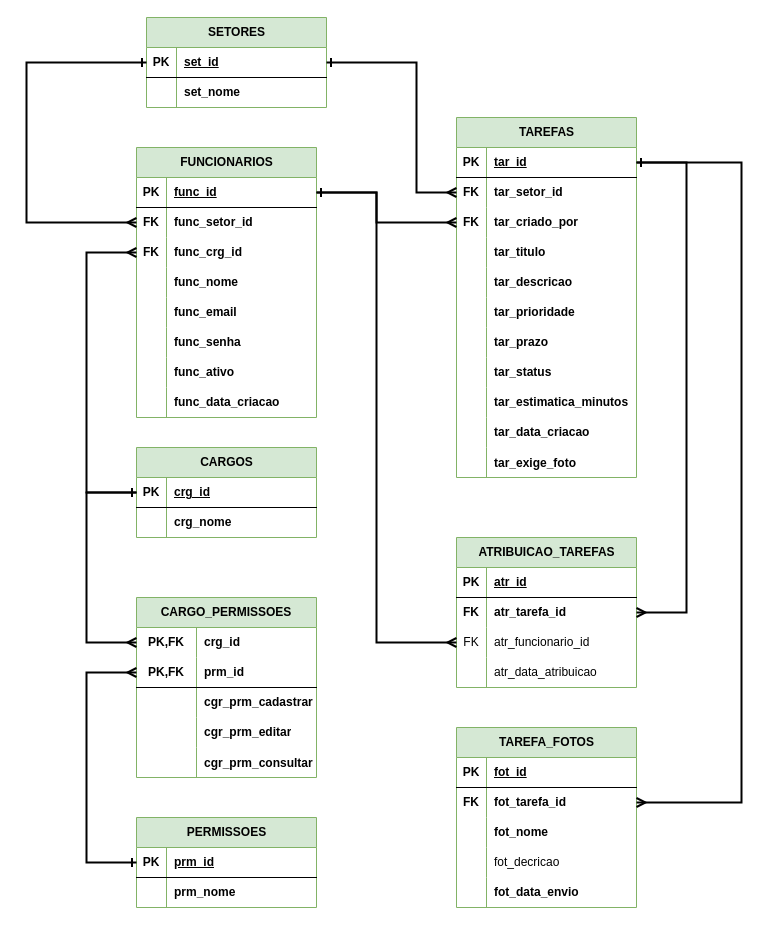
JULIOcesar353/introducao-api-nodejs keeps this draw.io diagram as src/dataBase/diagrama_Grupo_Gestao_SuperMercado.drawio. Above is the earlier version. Source tidied: cells renumbered, new cells numbered last; positions are measured from the earlier drawing's top-left corner, leaving out a move shared by most shapes. Both pictures are drawn from the tidied source at 100%, with x=0, y=0 at pixel (26, 17).
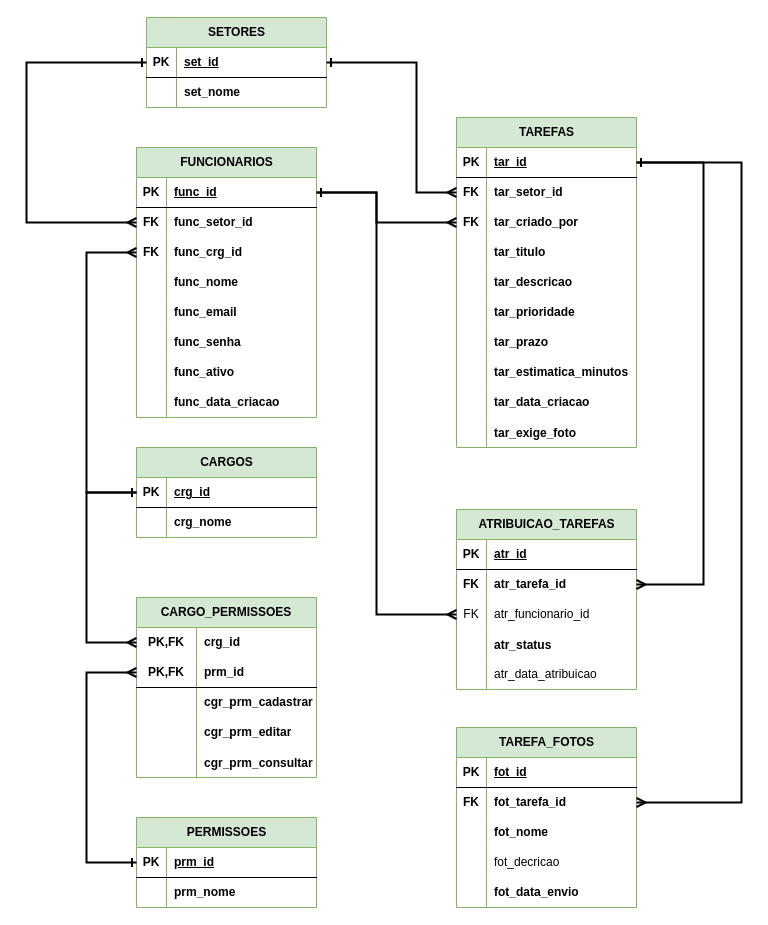
After the change.

The change refers to these unchanged cells:
```xml
<mxCell id="3" style="shape=tableRow;horizontal=0;startSize=0;swimlaneHead=0;swimlaneBody=0;fillColor=none;points=[[0,0.5],[1,0.5]];portConstraint=eastwest;top=0;left=0;right=0;bottom=1;" parent="2" vertex="1">
  <mxGeometry y="30" width="180" height="30" as="geometry" />
</mxCell>
<mxCell id="42" style="shape=tableRow;horizontal=0;startSize=0;swimlaneHead=0;swimlaneBody=0;fillColor=none;points=[[0,0.5],[1,0.5]];portConstraint=eastwest;top=0;left=0;right=0;bottom=1;" parent="41" vertex="1">
  <mxGeometry y="30" width="180" height="30" as="geometry" />
</mxCell>
<mxCell id="79" style="shape=tableRow;horizontal=0;startSize=0;swimlaneHead=0;swimlaneBody=0;fillColor=none;points=[[0,0.5],[1,0.5]];portConstraint=eastwest;top=0;left=0;right=0;bottom=0;" parent="75" vertex="1">
  <mxGeometry y="60" width="180" height="30" as="geometry" />
</mxCell>
<mxCell id="82" style="shape=tableRow;horizontal=0;startSize=0;swimlaneHead=0;swimlaneBody=0;fillColor=none;points=[[0,0.5],[1,0.5]];portConstraint=eastwest;top=0;left=0;right=0;bottom=0;" parent="75" vertex="1">
  <mxGeometry y="90" width="180" height="30" as="geometry" />
</mxCell>
```

What changed in the source:
```diff
@@
     <mxCell id="41" value="TAREFAS" style="shape=table;startSize=30;childLayout=tableLayout;rowLines=0;fontStyle=1;align=center;html=1;fillColor=#d5e8d4;strokeColor=#82b366;" parent="1" vertex="1">
-      <mxGeometry x="430" y="100" width="180" height="360" as="geometry" />
+      <mxGeometry x="430" y="100" width="180" height="330" as="geometry" />
     </mxCell>
@@
-    <mxCell id="63" style="shape=tableRow;horizontal=0;startSize=0;swimlaneHead=0;swimlaneBody=0;fillColor=none;top=0;left=0;right=0;bottom=0;" parent="41" vertex="1">
-      <mxGeometry y="240" width="180" height="30" as="geometry" />
-    </mxCell>
-    <mxCell id="64" style="shape=partialRectangle;fillColor=none;top=0;left=0;bottom=0;right=0;overflow=hidden;whiteSpace=wrap;html=1;" parent="63" vertex="1">
-      <mxGeometry width="30" height="30" as="geometry" />
-    </mxCell>
-    <mxCell id="65" value="&lt;b&gt;tar_status&lt;/b&gt;" style="shape=partialRectangle;fillColor=none;top=0;left=0;bottom=0;right=0;align=left;spacingLeft=6;overflow=hidden;whiteSpace=wrap;html=1;" parent="63" vertex="1">
-      <mxGeometry x="30" width="150" height="30" as="geometry" />
-    </mxCell>
     <mxCell id="66" style="shape=tableRow;horizontal=0;startSize=0;swimlaneHead=0;swimlaneBody=0;fillColor=none;top=0;left=0;right=0;bottom=0;" parent="41" vertex="1">
-      <mxGeometry y="270" width="180" height="30" as="geometry" />
+      <mxGeometry y="240" width="180" height="30" as="geometry" />
     </mxCell>
@@
     <mxCell id="69" style="shape=tableRow;horizontal=0;startSize=0;swimlaneHead=0;swimlaneBody=0;fillColor=none;top=0;left=0;right=0;bottom=0;" parent="41" vertex="1">
-      <mxGeometry y="300" width="180" height="30" as="geometry" />
+      <mxGeometry y="270" width="180" height="30" as="geometry" />
     </mxCell>
@@
     <mxCell id="72" style="shape=tableRow;horizontal=0;startSize=0;swimlaneHead=0;swimlaneBody=0;fillColor=none;top=0;left=0;right=0;bottom=0;" parent="41" vertex="1">
-      <mxGeometry y="330" width="180" height="30" as="geometry" />
+      <mxGeometry y="300" width="180" height="30" as="geometry" />
     </mxCell>
@@
     <mxCell id="75" value="ATRIBUICAO_TAREFAS" style="shape=table;startSize=30;childLayout=tableLayout;rowLines=0;fontStyle=1;align=center;html=1;fillColor=#d5e8d4;strokeColor=#82b366;" parent="1" vertex="1">
-      <mxGeometry x="430" y="520" width="180" height="150" as="geometry" />
+      <mxGeometry x="430" y="492" width="180" height="180" as="geometry" />
     </mxCell>
@@
+    <mxCell id="136" style="shape=tableRow;horizontal=0;startSize=0;swimlaneHead=0;swimlaneBody=0;fillColor=none;top=0;left=0;right=0;bottom=0;" parent="75" vertex="1">
+      <mxGeometry y="120" width="180" height="30" as="geometry" />
+    </mxCell>
+    <mxCell id="137" style="shape=partialRectangle;fillColor=none;top=0;left=0;bottom=0;right=0;overflow=hidden;" parent="136" vertex="1">
+      <mxGeometry width="30" height="30" as="geometry" />
+    </mxCell>
+    <mxCell id="138" value="atr_status" style="shape=partialRectangle;fillColor=none;top=0;left=0;bottom=0;right=0;align=left;spacingLeft=6;overflow=hidden;fontStyle=1;" parent="136" vertex="1">
+      <mxGeometry x="30" width="150" height="30" as="geometry" />
+    </mxCell>
     <mxCell id="85" style="shape=tableRow;horizontal=0;startSize=0;swimlaneHead=0;swimlaneBody=0;fillColor=none;top=0;left=0;right=0;bottom=0;" parent="75" vertex="1">
-      <mxGeometry y="120" width="180" height="30" as="geometry" />
+      <mxGeometry y="150" width="180" height="30" as="geometry" />
     </mxCell>
@@
     <mxCell id="107" style="html=1;rounded=0;endArrow=ERone;endFill=0;strokeWidth=2;startArrow=ERmany;startFill=0;exitX=1;exitY=0.5;exitDx=0;exitDy=0;entryX=1;entryY=0.5;entryDx=0;entryDy=0;edgeStyle=orthogonalEdgeStyle;" parent="1" edge="1" source="79" target="42">
       <mxGeometry relative="1" as="geometry">
         <Array as="points">
-          <mxPoint x="660" y="595" />
-          <mxPoint x="660" y="145" />
+          <mxPoint x="677" y="567" />
+          <mxPoint x="677" y="145" />
         </Array>
       </mxGeometry>
     </mxCell>
@@
     <mxCell id="109" style="html=1;rounded=0;endArrow=ERone;endFill=0;strokeWidth=2;startArrow=ERmany;startFill=0;exitX=0;exitY=0.5;exitDx=0;exitDy=0;entryX=1;entryY=0.5;entryDx=0;entryDy=0;edgeStyle=orthogonalEdgeStyle;" parent="1" edge="1" source="82" target="3">
       <mxGeometry relative="1" as="geometry">
         <Array as="points">
-          <mxPoint x="350" y="625" />
+          <mxPoint x="350" y="597" />
           <mxPoint x="350" y="175" />
         </Array>
       </mxGeometry>
     </mxCell>
```
